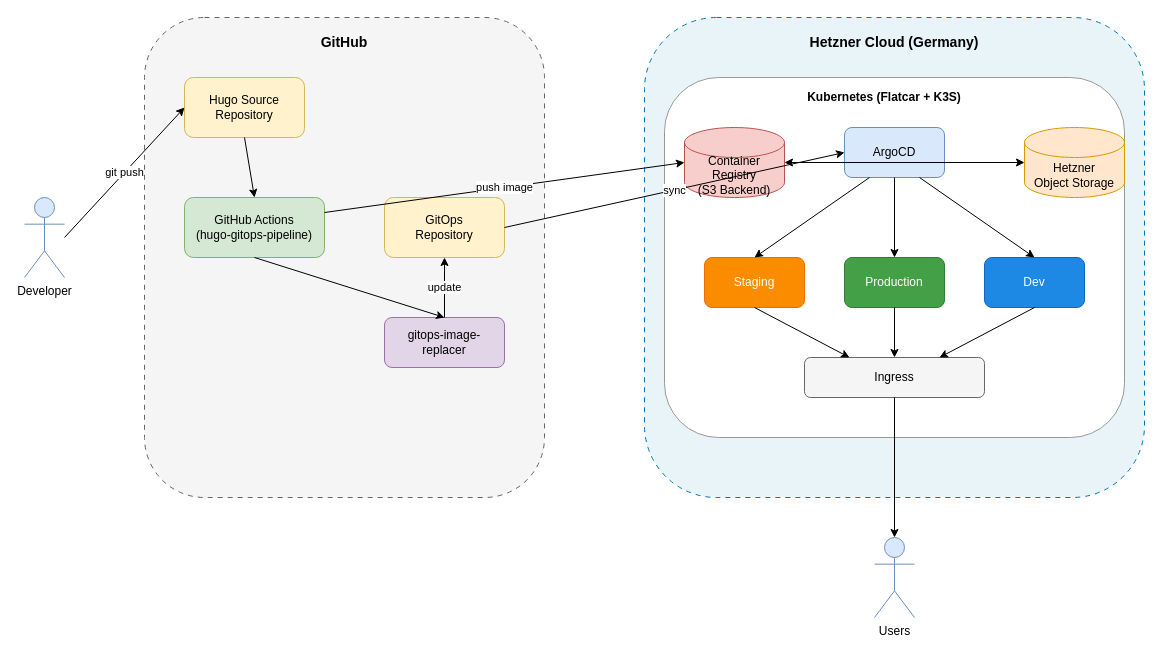
The draw.io diagram docs/images/architecture-overview.drawio in slauger/hugo-gitops-pipeline, before the edit. Source tidied: cells renumbered, new cells numbered last; positions are measured from the earlier drawing's top-left corner, leaving out a move shared by most shapes. Both pictures are drawn from the tidied source at 100%, with x=0, y=0 at pixel (24, 17).
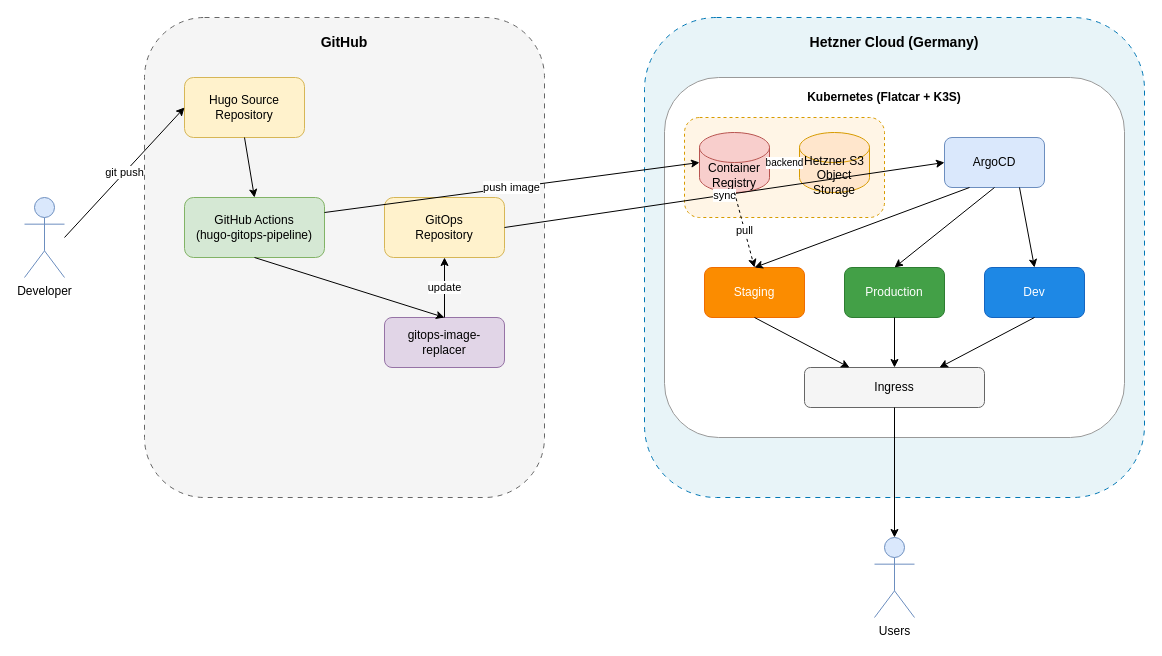
The same page after the edit.

Commit message (it also covers changes not shown here):
docs: Fix architecture diagram layout

What changed in the source:
```diff
@@
+    <mxCell id="35" style="rounded=1;whiteSpace=wrap;html=1;fillColor=#fff5e6;strokeColor=#d79b00;dashed=1;" parent="1" vertex="1">
+      <mxGeometry x="660" y="100" width="200" height="100" as="geometry" />
+    </mxCell>
-    <mxCell id="13" value="Container Registry&#10;(S3 Backend)" style="shape=cylinder3;whiteSpace=wrap;html=1;boundedLbl=1;backgroundOutline=1;size=15;fillColor=#f8cecc;strokeColor=#b85450;" parent="1" vertex="1">
-      <mxGeometry x="660" y="110" width="100" height="70" as="geometry" />
+    <mxCell id="13" value="Container&#10;Registry" style="shape=cylinder3;whiteSpace=wrap;html=1;boundedLbl=1;backgroundOutline=1;size=15;fillColor=#f8cecc;strokeColor=#b85450;" parent="1" vertex="1">
+      <mxGeometry x="675" y="115" width="70" height="60" as="geometry" />
     </mxCell>
+    <mxCell id="19" value="Hetzner S3&#10;Object Storage" style="shape=cylinder3;whiteSpace=wrap;html=1;boundedLbl=1;backgroundOutline=1;size=15;fillColor=#ffe6cc;strokeColor=#d79b00;" parent="1" vertex="1">
+      <mxGeometry x="775" y="115" width="70" height="60" as="geometry" />
+    </mxCell>
+    <mxCell id="34" value="backend" style="endArrow=classic;startArrow=classic;html=1;rounded=0;fontSize=10;" parent="1" edge="1" source="13" target="19">
+      <mxGeometry relative="1" as="geometry" />
+    </mxCell>
     <mxCell id="14" value="ArgoCD" style="rounded=1;whiteSpace=wrap;html=1;fillColor=#dae8fc;strokeColor=#6c8ebf;" parent="1" vertex="1">
-      <mxGeometry x="820" y="110" width="100" height="50" as="geometry" />
+      <mxGeometry x="920" y="120" width="100" height="50" as="geometry" />
     </mxCell>
     <mxCell id="15" value="Staging" style="rounded=1;whiteSpace=wrap;html=1;fillColor=#fb8c00;strokeColor=#ef6c00;fontColor=#ffffff;" parent="1" vertex="1">
-      <mxGeometry x="680" y="240" width="100" height="50" as="geometry" />
+      <mxGeometry x="680" y="250" width="100" height="50" as="geometry" />
     </mxCell>
     <mxCell id="16" value="Production" style="rounded=1;whiteSpace=wrap;html=1;fillColor=#43a047;strokeColor=#2e7d32;fontColor=#ffffff;" parent="1" vertex="1">
-      <mxGeometry x="820" y="240" width="100" height="50" as="geometry" />
+      <mxGeometry x="820" y="250" width="100" height="50" as="geometry" />
     </mxCell>
     <mxCell id="17" value="Dev" style="rounded=1;whiteSpace=wrap;html=1;fillColor=#1e88e5;strokeColor=#1565c0;fontColor=#ffffff;" parent="1" vertex="1">
-      <mxGeometry x="960" y="240" width="100" height="50" as="geometry" />
+      <mxGeometry x="960" y="250" width="100" height="50" as="geometry" />
     </mxCell>
     <mxCell id="18" value="Ingress" style="rounded=1;whiteSpace=wrap;html=1;fillColor=#f5f5f5;strokeColor=#666666;" parent="1" vertex="1">
-      <mxGeometry x="780" y="340" width="180" height="40" as="geometry" />
+      <mxGeometry x="780" y="350" width="180" height="40" as="geometry" />
     </mxCell>
-    <mxCell id="19" value="Hetzner&#10;Object Storage" style="shape=cylinder3;whiteSpace=wrap;html=1;boundedLbl=1;backgroundOutline=1;size=15;fillColor=#ffe6cc;strokeColor=#d79b00;" parent="1" vertex="1">
-      <mxGeometry x="1000" y="110" width="100" height="70" as="geometry" />
-    </mxCell>
@@
-    <mxCell id="34" style="endArrow=classic;startArrow=classic;html=1;rounded=0;exitX=1;exitY=0.5;exitDx=0;exitDy=0;exitPerimeter=0;entryX=0;entryY=0.5;entryDx=0;entryDy=0;entryPerimeter=0;" parent="1" edge="1" source="13" target="19">
-      <mxGeometry relative="1" as="geometry" />
-    </mxCell>
+    <mxCell id="36" value="pull" style="endArrow=classic;html=1;rounded=0;exitX=0.5;exitY=1;exitDx=0;exitDy=0;exitPerimeter=0;entryX=0.5;entryY=0;entryDx=0;entryDy=0;dashed=1;" parent="1" edge="1" source="13" target="15">
+      <mxGeometry relative="1" as="geometry" />
+    </mxCell>
```
